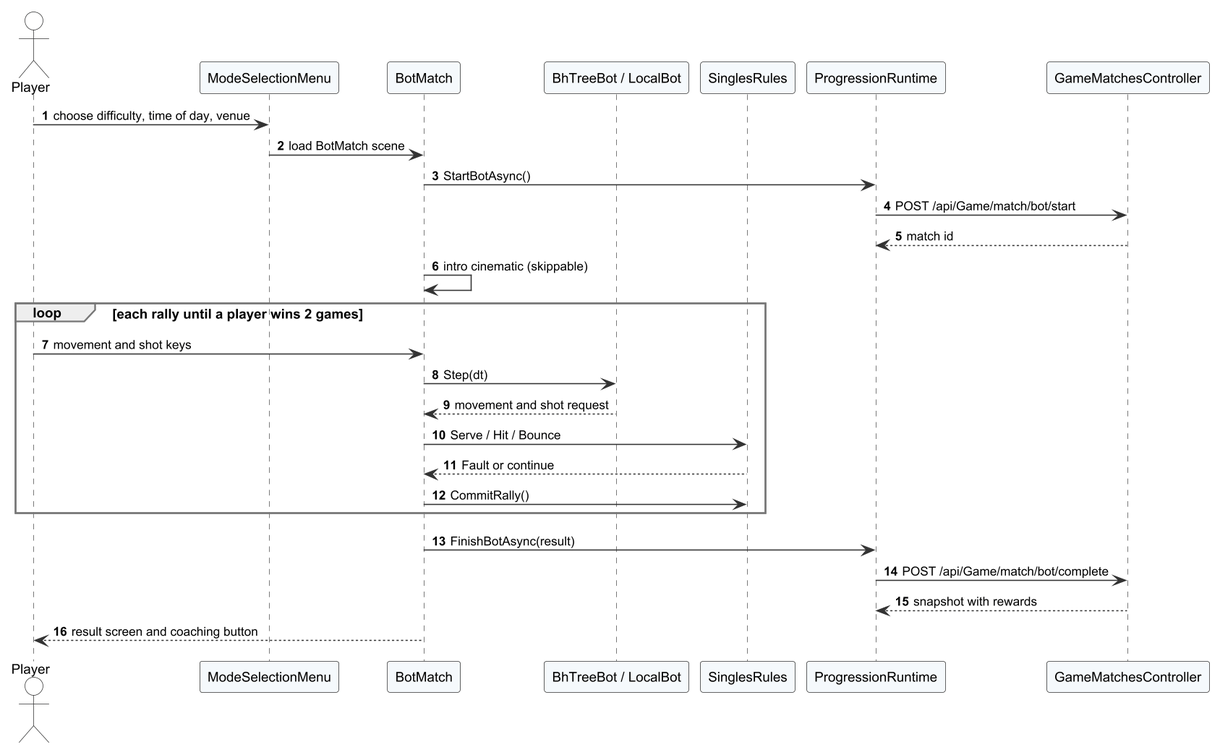
The PlantUML diagram Doc/Project_report/Report/diagrams/png/r4_seq_bot_match.png in Tad-Min/PickleVerse, before a commit. Source of this version:
```plantuml
@startuml r4_seq_bot_match
!include _style.iuml
autonumber
skinparam responseMessageBelowArrow true

actor Player
participant "ModeSelectionMenu" as MS
participant "BotMatch" as BM
participant "BhTreeBot / LocalBot" as Bot
participant "SinglesRules" as R
participant "ProgressionRuntime" as PR
participant "GameMatchesController" as C
Player -> MS : choose difficulty, time of day, venue
MS -> BM : load BotMatch scene
BM -> PR : StartBotAsync()
PR -> C : POST /api/Game/match/bot/start
C --> PR : match id
BM -> BM : intro cinematic (skippable)
loop each rally until a player wins 2 games
  Player -> BM : movement and shot keys
  BM -> Bot : Step(dt)
  Bot --> BM : movement and shot request
  BM -> R : Serve / Hit / Bounce
  R --> BM : Fault or continue
  BM -> R : CommitRally()
end
BM -> PR : FinishBotAsync(result)
PR -> C : POST /api/Game/match/bot/complete
C --> PR : snapshot with rewards
BM --> Player : result screen and coaching button
@enduml
```
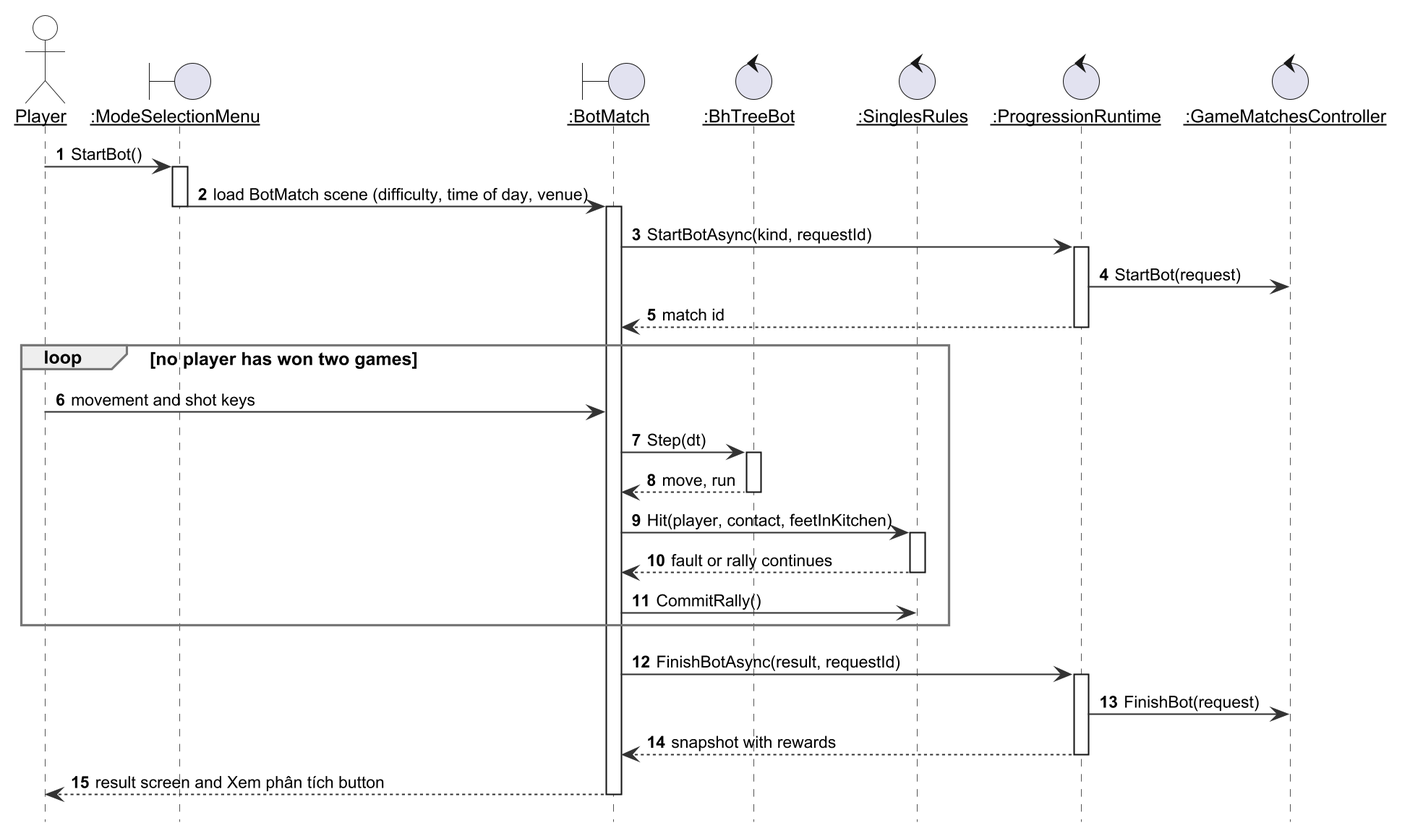
The same diagram one commit later.

Change to the diagram source:
```diff
@@ -2,30 +2,43 @@
 !include _style.iuml
 autonumber
 skinparam responseMessageBelowArrow true
+skinparam sequenceParticipant underline
+hide footbox
 
 actor Player
-participant "ModeSelectionMenu" as MS
-participant "BotMatch" as BM
-participant "BhTreeBot / LocalBot" as Bot
-participant "SinglesRules" as R
-participant "ProgressionRuntime" as PR
-participant "GameMatchesController" as C
-Player -> MS : choose difficulty, time of day, venue
-MS -> BM : load BotMatch scene
-BM -> PR : StartBotAsync()
-PR -> C : POST /api/Game/match/bot/start
-C --> PR : match id
-BM -> BM : intro cinematic (skippable)
-loop each rally until a player wins 2 games
+boundary ":ModeSelectionMenu" as MS
+boundary ":BotMatch" as BM
+control ":BhTreeBot" as Bot
+control ":SinglesRules" as R
+control ":ProgressionRuntime" as PR
+control ":GameMatchesController" as C
+Player -> MS : StartBot()
+activate MS
+MS -> BM : load BotMatch scene (difficulty, time of day, venue)
+deactivate MS
+activate BM
+BM -> PR : StartBotAsync(kind, requestId)
+activate PR
+PR -> C : StartBot(request)
+PR --> BM : match id
+deactivate PR
+loop no player has won two games
   Player -> BM : movement and shot keys
   BM -> Bot : Step(dt)
-  Bot --> BM : movement and shot request
-  BM -> R : Serve / Hit / Bounce
-  R --> BM : Fault or continue
+  activate Bot
+  Bot --> BM : move, run
+  deactivate Bot
+  BM -> R : Hit(player, contact, feetInKitchen)
+  activate R
+  R --> BM : fault or rally continues
+  deactivate R
   BM -> R : CommitRally()
 end
-BM -> PR : FinishBotAsync(result)
-PR -> C : POST /api/Game/match/bot/complete
-C --> PR : snapshot with rewards
-BM --> Player : result screen and coaching button
+BM -> PR : FinishBotAsync(result, requestId)
+activate PR
+PR -> C : FinishBot(request)
+PR --> BM : snapshot with rewards
+deactivate PR
+BM --> Player : result screen and Xem phân tích button
+deactivate BM
 @enduml
```
